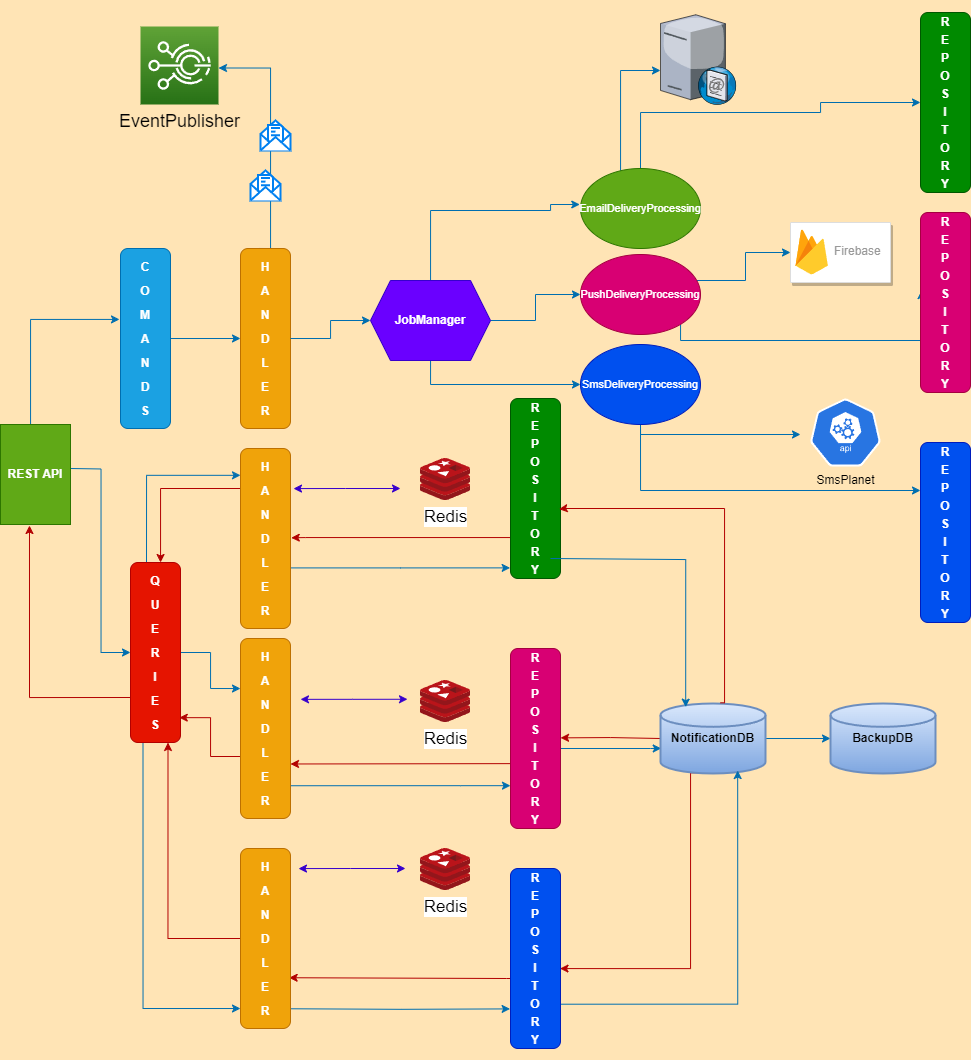
Above: ArchitectureDiagram.drawio.png in solowiejmaciej/EmailService (draw.io), before the change. Source tidied: cells renumbered, new cells last; positions are measured from the earlier drawing's top-left corner, leaving out a move shared by most shapes.
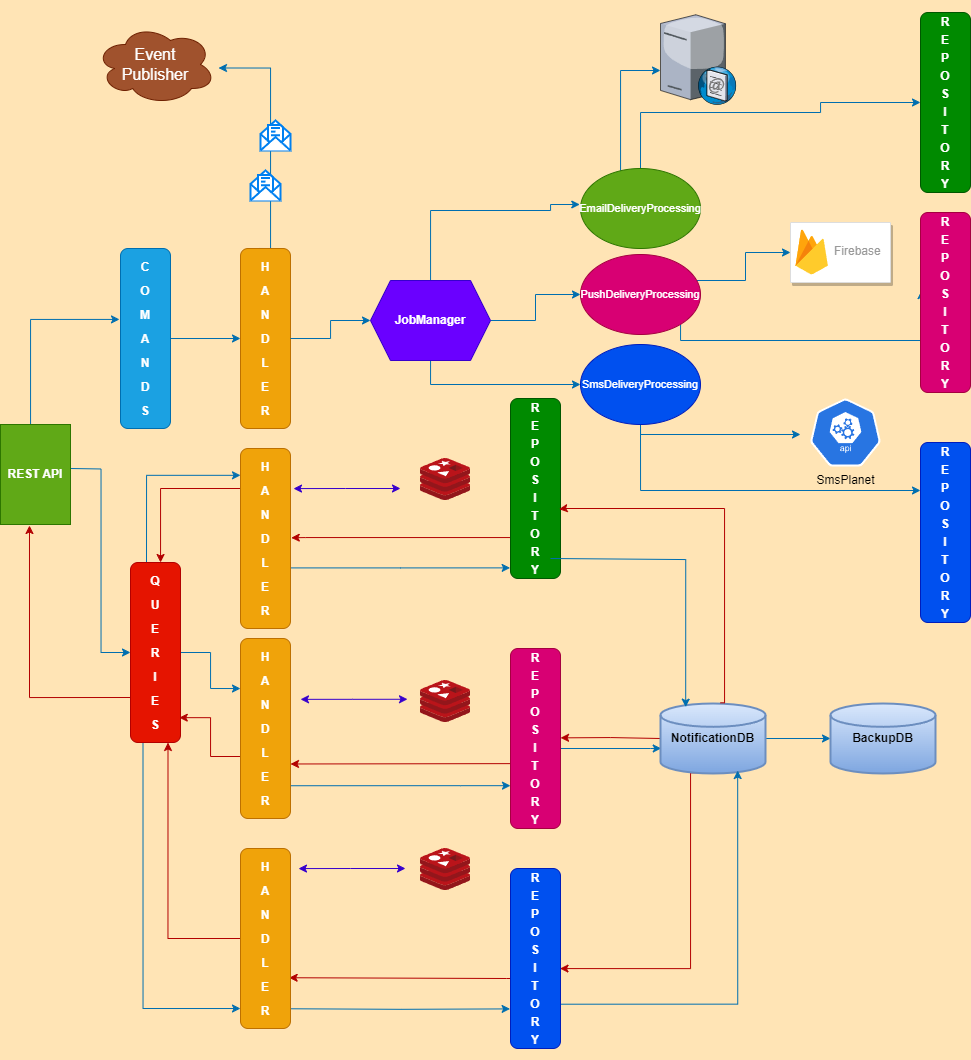
The same diagram one commit later.

Change to the diagram source:
```diff
@@ -216,7 +216,7 @@
     <mxCell id="41" value="&lt;p style=&quot;line-height: 200%;&quot;&gt;&lt;b style=&quot;color: rgb(255, 255, 255);&quot;&gt;H&lt;br&gt;A&lt;br&gt;N&lt;br&gt;D&lt;br&gt;L&lt;br&gt;E&lt;br&gt;R&lt;/b&gt;&lt;/p&gt;" style="rounded=1;whiteSpace=wrap;html=1;fillColor=#f0a30a;fontColor=#000000;strokeColor=#BD7000;" parent="1" vertex="1">
       <mxGeometry x="240" y="836" width="50" height="180" as="geometry" />
     </mxCell>
-    <mxCell id="42" value="&lt;font style=&quot;font-size: 17px;&quot;&gt;Redis&lt;/font&gt;" style="image;sketch=0;html=1;align=center;fontSize=12;image=img/lib/mscae/Cache_Redis_Product.svg;" parent="1" vertex="1">
+    <mxCell id="42" style="image;sketch=0;html=1;align=center;fontSize=12;image=img/lib/mscae/Cache_Redis_Product.svg;" parent="1" vertex="1">
       <mxGeometry x="420" y="446" width="50" height="42" as="geometry" />
     </mxCell>
     <mxCell id="43" style="edgeStyle=orthogonalEdgeStyle;rounded=0;jettySize=auto;html=1;fillColor=#1ba1e2;strokeColor=#006EAF;entryX=0;entryY=0.5;entryDx=0;entryDy=0;" parent="1" edge="1" source="45" target="56">
@@ -329,23 +329,23 @@
         </Array>
       </mxGeometry>
     </mxCell>
-    <mxCell id="62" value="&lt;font color=&quot;#000000&quot; style=&quot;font-size: 18px;&quot;&gt;EventPublisher&lt;/font&gt;" style="sketch=0;fontColor=#232F3E;gradientColor=#60A337;gradientDirection=north;fillColor=#277116;strokeColor=#ffffff;dashed=0;verticalLabelPosition=bottom;verticalAlign=top;align=center;html=1;fontSize=12;fontStyle=0;shape=mxgraph.aws4.resourceIcon;resIcon=mxgraph.aws4.iot_events;" parent="1" vertex="1">
-      <mxGeometry x="140" y="14" width="78" height="78" as="geometry" />
-    </mxCell>
     <mxCell id="63" style="html=1;verticalLabelPosition=bottom;align=center;labelBackgroundColor=#ffffff;verticalAlign=top;strokeWidth=2;strokeColor=#0080F0;shadow=0;dashed=0;shape=mxgraph.ios7.icons.envelope_(message);" parent="1" vertex="1">
       <mxGeometry x="260" y="108" width="30" height="30" as="geometry" />
     </mxCell>
     <mxCell id="64" style="html=1;verticalLabelPosition=bottom;align=center;labelBackgroundColor=#ffffff;verticalAlign=top;strokeWidth=2;strokeColor=#0080F0;shadow=0;dashed=0;shape=mxgraph.ios7.icons.envelope_(message);" parent="1" vertex="1">
       <mxGeometry x="250" y="158" width="30" height="30" as="geometry" />
     </mxCell>
-    <mxCell id="65" value="&lt;font style=&quot;font-size: 17px;&quot;&gt;Redis&lt;/font&gt;" style="image;sketch=0;html=1;align=center;fontSize=12;image=img/lib/mscae/Cache_Redis_Product.svg;" parent="1" vertex="1">
+    <mxCell id="65" style="image;sketch=0;html=1;align=center;fontSize=12;image=img/lib/mscae/Cache_Redis_Product.svg;" parent="1" vertex="1">
       <mxGeometry x="420" y="668" width="50" height="42" as="geometry" />
     </mxCell>
-    <mxCell id="66" value="&lt;font style=&quot;font-size: 17px;&quot;&gt;Redis&lt;/font&gt;" style="image;sketch=0;html=1;align=center;fontSize=12;image=img/lib/mscae/Cache_Redis_Product.svg;" parent="1" vertex="1">
+    <mxCell id="66" style="image;sketch=0;html=1;align=center;fontSize=12;image=img/lib/mscae/Cache_Redis_Product.svg;" parent="1" vertex="1">
       <mxGeometry x="420" y="836" width="50" height="42" as="geometry" />
     </mxCell>
     <mxCell id="67" value="&lt;font color=&quot;#000000&quot;&gt;&lt;b&gt;BackupDB&lt;/b&gt;&lt;/font&gt;" style="strokeWidth=2;html=1;shape=mxgraph.flowchart.database;whiteSpace=wrap;fillColor=#dae8fc;gradientColor=#7ea6e0;strokeColor=#6c8ebf;" parent="1" vertex="1">
       <mxGeometry x="830" y="691" width="105" height="70" as="geometry" />
     </mxCell>
+    <mxCell id="68" value="Event&lt;br&gt;Publisher" style="ellipse;shape=cloud;whiteSpace=wrap;html=1;fontSize=16;fillColor=#a0522d;fontColor=#ffffff;strokeColor=#6D1F00;" parent="1" vertex="1">
+      <mxGeometry x="95" y="12" width="120" height="80" as="geometry" />
+    </mxCell>
   </root>
 </mxGraphModel>
```
